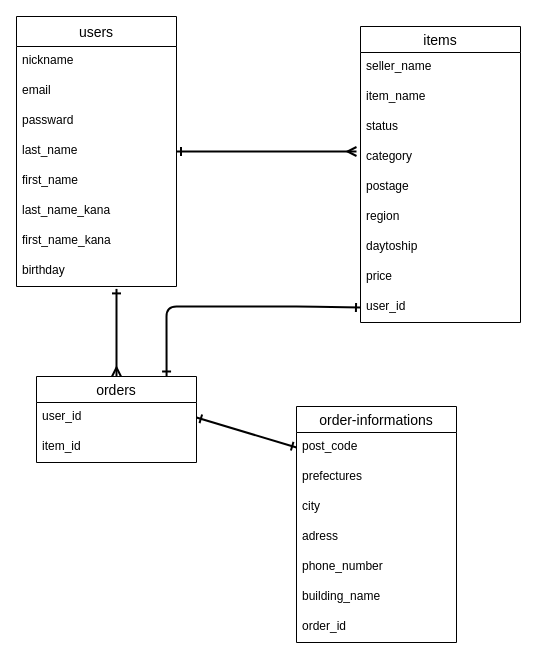
Earlier version of the draw.io diagram er.dio (shimizubenson/furima-38211). Source tidied: cells renumbered, new cells numbered last; positions are measured from the earlier drawing's top-left corner, leaving out a move shared by most shapes. Both pictures are drawn from the tidied source at 100%, with x=0, y=0 at pixel (16, 16).
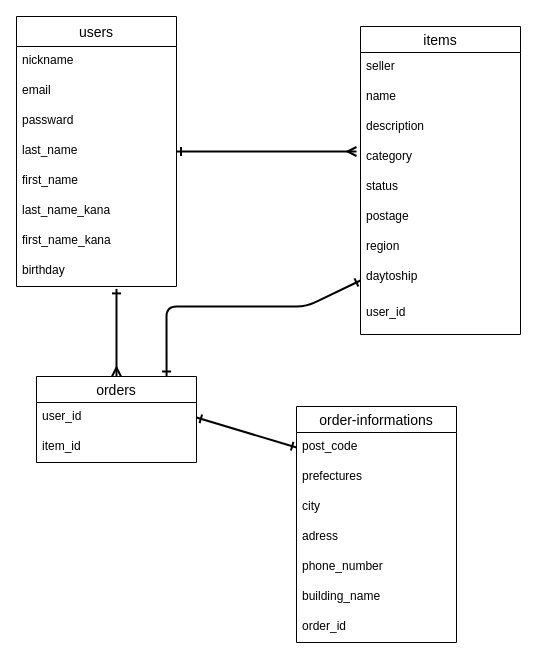
Above is the later version.

Commit message (it also covers changes not shown here):
データベースの修正2

Diff of the diagram source:
```diff
@@
     <mxCell id="11" value="items" style="swimlane;fontStyle=0;horizontal=1;startSize=26;align=center;fontSize=14;" parent="1" vertex="1">
-      <mxGeometry x="344" y="10" width="160" height="296" as="geometry" />
+      <mxGeometry x="344" y="10" width="160" height="308" as="geometry" />
     </mxCell>
-    <mxCell id="12" value="seller_name" style="text;strokeColor=none;fillColor=none;spacingLeft=4;spacingRight=4;overflow=hidden;fontSize=12;" parent="11" vertex="1">
+    <mxCell id="12" value="seller" style="text;strokeColor=none;fillColor=none;spacingLeft=4;spacingRight=4;overflow=hidden;fontSize=12;" parent="11" vertex="1">
       <mxGeometry y="26" width="160" height="30" as="geometry" />
     </mxCell>
-    <mxCell id="13" value="item_name" style="text;strokeColor=none;fillColor=none;spacingLeft=4;spacingRight=4;overflow=hidden;fontSize=12;" parent="11" vertex="1">
+    <mxCell id="13" value="name" style="text;strokeColor=none;fillColor=none;spacingLeft=4;spacingRight=4;overflow=hidden;fontSize=12;" parent="11" vertex="1">
       <mxGeometry y="56" width="160" height="30" as="geometry" />
     </mxCell>
-    <mxCell id="14" value="status&#10;&#10;" style="text;strokeColor=none;fillColor=none;spacingLeft=4;spacingRight=4;overflow=hidden;points=[[0,0.5],[1,0.5]];portConstraint=eastwest;fontSize=12;" parent="11" vertex="1">
+    <mxCell id="14" value="description" style="text;strokeColor=none;fillColor=none;spacingLeft=4;spacingRight=4;overflow=hidden;points=[[0,0.5],[1,0.5]];portConstraint=eastwest;fontSize=12;" parent="11" vertex="1">
       <mxGeometry y="86" width="160" height="30" as="geometry" />
     </mxCell>
@@
-    <mxCell id="16" value="postage" style="text;strokeColor=none;fillColor=none;spacingLeft=4;spacingRight=4;overflow=hidden;fontSize=12;" parent="11" vertex="1">
+    <mxCell id="16" value="status" style="text;strokeColor=none;fillColor=none;spacingLeft=4;spacingRight=4;overflow=hidden;fontSize=12;" parent="11" vertex="1">
       <mxGeometry y="146" width="160" height="30" as="geometry" />
     </mxCell>
-    <mxCell id="17" value="region" style="text;strokeColor=none;fillColor=none;spacingLeft=4;spacingRight=4;overflow=hidden;fontSize=12;" parent="11" vertex="1">
+    <mxCell id="17" value="postage" style="text;strokeColor=none;fillColor=none;spacingLeft=4;spacingRight=4;overflow=hidden;fontSize=12;" parent="11" vertex="1">
       <mxGeometry y="176" width="160" height="30" as="geometry" />
     </mxCell>
-    <mxCell id="18" value="daytoship" style="text;strokeColor=none;fillColor=none;spacingLeft=4;spacingRight=4;overflow=hidden;fontSize=12;" parent="11" vertex="1">
+    <mxCell id="18" value="region" style="text;strokeColor=none;fillColor=none;spacingLeft=4;spacingRight=4;overflow=hidden;fontSize=12;" parent="11" vertex="1">
       <mxGeometry y="206" width="160" height="30" as="geometry" />
     </mxCell>
-    <mxCell id="19" value="price" style="text;strokeColor=none;fillColor=none;spacingLeft=4;spacingRight=4;overflow=hidden;fontSize=12;" parent="11" vertex="1">
-      <mxGeometry y="236" width="160" height="30" as="geometry" />
-    </mxCell>
-    <mxCell id="20" value="user_id" style="text;strokeColor=none;fillColor=none;spacingLeft=4;spacingRight=4;overflow=hidden;points=[[0,0.5],[1,0.5]];portConstraint=eastwest;fontSize=12;" parent="11" vertex="1">
-      <mxGeometry y="266" width="160" height="30" as="geometry" />
+    <mxCell id="20" value="daytoship" style="text;strokeColor=none;fillColor=none;spacingLeft=4;spacingRight=4;overflow=hidden;points=[[0,0.5],[1,0.5]];portConstraint=eastwest;fontSize=12;" parent="11" vertex="1">
+      <mxGeometry y="236" width="160" height="36" as="geometry" />
     </mxCell>
+    <mxCell id="37" value="user_id" style="text;strokeColor=none;fillColor=none;spacingLeft=4;spacingRight=4;overflow=hidden;fontSize=12;" parent="11" vertex="1">
+      <mxGeometry y="272" width="160" height="36" as="geometry" />
+    </mxCell>
```
